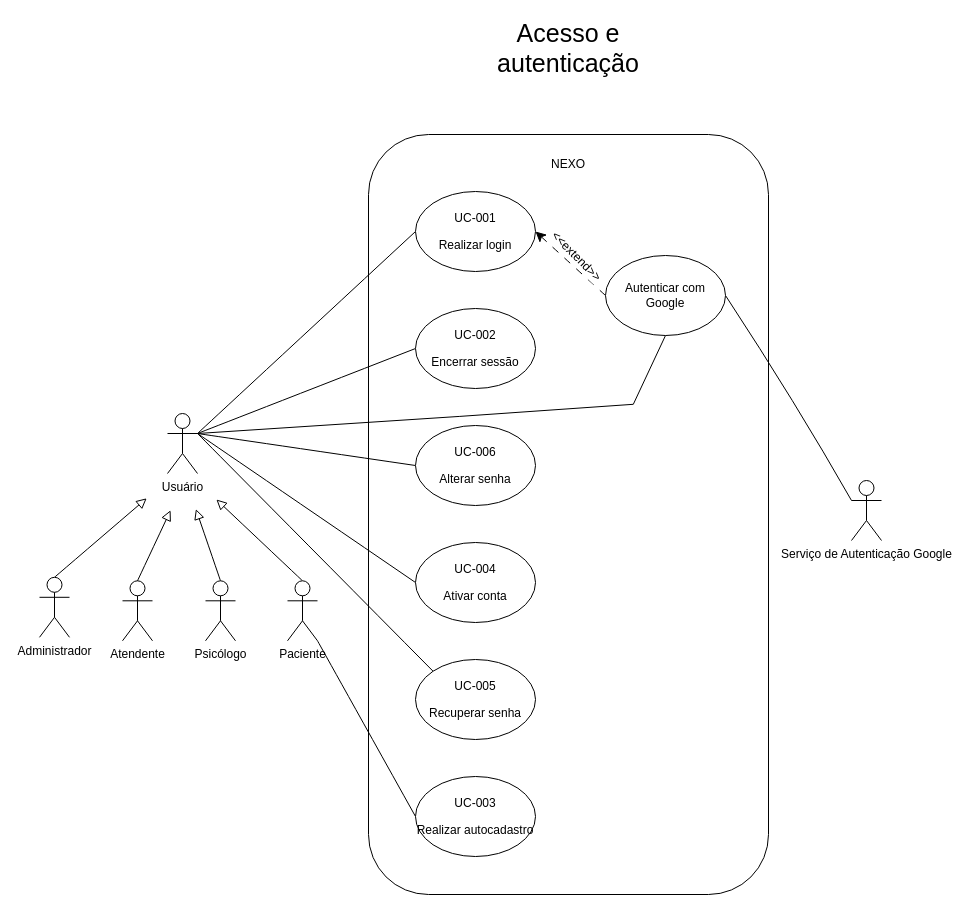
Above: page "Página-1" (1 of 10) of diagramas/casos-de-uso/diagramas-casos-de-uso.drawio in devcaline/nexo-modelagem (draw.io), before the change. Source tidied: cells renumbered, new cells numbered last; positions are measured from the earlier drawing's top-left corner, leaving out a move shared by most shapes. Both pictures are drawn from the tidied source at 100%, with x=0, y=0 at pixel (39, 32).
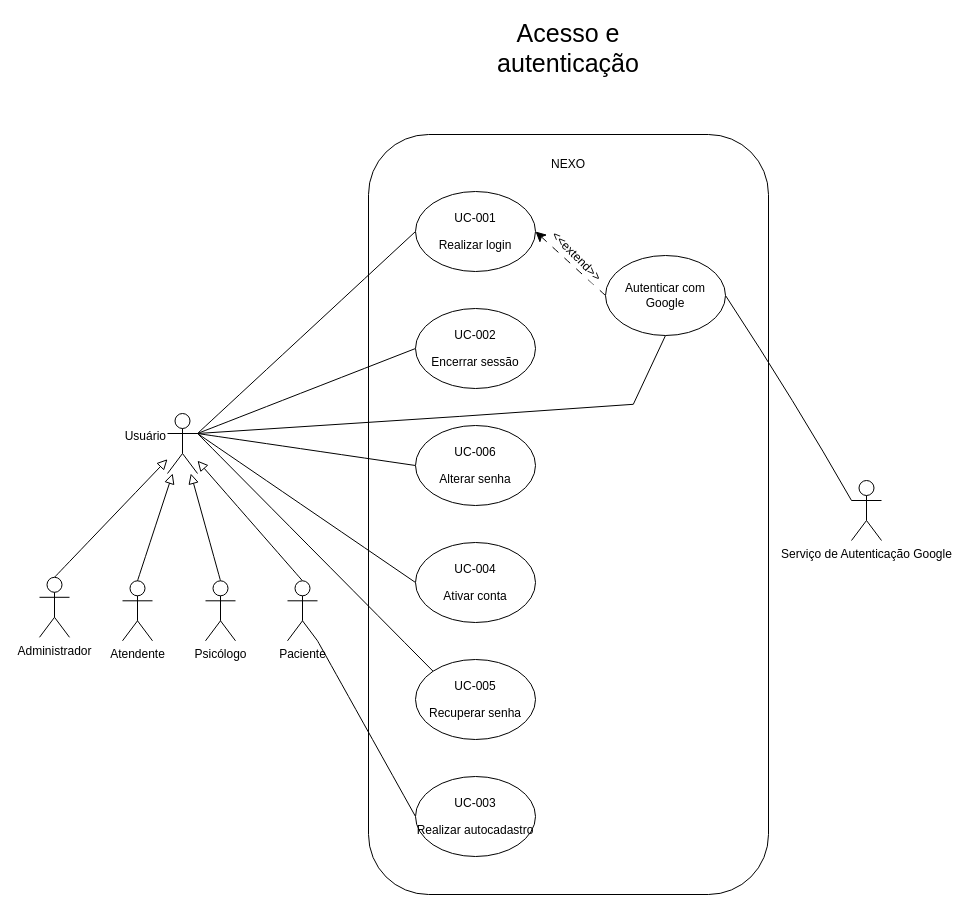
Above is the later version.

Unchanged cells that the change refers to:
```xml
<mxCell id="10" value="Atendente" style="shape=umlActor;verticalLabelPosition=bottom;verticalAlign=top;html=1;outlineConnect=0;" parent="1" vertex="1">
  <mxGeometry x="83" y="548.3" width="30" height="60" as="geometry" />
</mxCell>
<mxCell id="12" value="Psicólogo" style="shape=umlActor;verticalLabelPosition=bottom;verticalAlign=top;html=1;outlineConnect=0;" parent="1" vertex="1">
  <mxGeometry x="166" y="548.3" width="30" height="60" as="geometry" />
</mxCell>
<mxCell id="15" value="Paciente" style="shape=umlActor;verticalLabelPosition=bottom;verticalAlign=top;html=1;outlineConnect=0;" parent="1" vertex="1">
  <mxGeometry x="248" y="548.3" width="30" height="60" as="geometry" />
</mxCell>
<mxCell id="31" value="Administrador&lt;div&gt;&lt;br&gt;&lt;/div&gt;" style="shape=umlActor;verticalLabelPosition=bottom;verticalAlign=top;html=1;outlineConnect=0;" parent="1" vertex="1">
  <mxGeometry y="544.8" width="30" height="60" as="geometry" />
</mxCell>
```

Change to the diagram source:
```diff
@@
-    <mxCell id="9" value="Usuário&lt;div&gt;&lt;br&gt;&lt;/div&gt;" style="shape=umlActor;verticalLabelPosition=bottom;verticalAlign=top;html=1;outlineConnect=0;" parent="1" vertex="1">
+    <mxCell id="9" value="Usuário&lt;div&gt;&lt;br&gt;&lt;/div&gt;" style="shape=umlActor;labelPosition=left;verticalLabelPosition=middle;align=right;verticalAlign=middle;html=1;outlineConnect=0;" parent="1" vertex="1">
       <mxGeometry x="128" y="381" width="30" height="60" as="geometry" />
     </mxCell>
@@
-    <mxCell id="11" style="edgeStyle=none;curved=1;rounded=0;curveGeometry=1;jettySize=auto;html=1;exitX=0.5;exitY=0;exitDx=0;exitDy=0;exitPerimeter=0;fontSize=12;startSize=8;endSize=8;endArrow=block;endFill=0;" parent="1" edge="1" source="12">
-      <mxGeometry relative="1" as="geometry">
-        <mxPoint x="156.4" y="476.6" as="targetPoint" />
-      </mxGeometry>
+    <mxCell id="11" style="edgeStyle=none;curved=1;rounded=0;curveGeometry=1;jettySize=auto;html=1;exitX=0.5;exitY=0;exitDx=0;exitDy=0;exitPerimeter=0;fontSize=12;startSize=8;endSize=8;endArrow=block;endFill=0;" parent="1" edge="1" source="12" target="9">
+      <mxGeometry relative="1" as="geometry" />
     </mxCell>
@@
-    <mxCell id="13" style="edgeStyle=none;curved=1;rounded=0;curveGeometry=1;jettySize=auto;html=1;exitX=0.5;exitY=0;exitDx=0;exitDy=0;exitPerimeter=0;fontSize=12;startSize=8;endSize=8;endArrow=block;endFill=0;" parent="1" edge="1" source="15">
-      <mxGeometry relative="1" as="geometry">
-        <mxPoint x="176.9" y="467" as="targetPoint" />
-      </mxGeometry>
+    <mxCell id="13" style="edgeStyle=none;curved=1;rounded=0;curveGeometry=1;jettySize=auto;html=1;exitX=0.5;exitY=0;exitDx=0;exitDy=0;exitPerimeter=0;fontSize=12;startSize=8;endSize=8;endArrow=block;endFill=0;" parent="1" edge="1" source="15" target="9">
+      <mxGeometry relative="1" as="geometry" />
     </mxCell>
@@
-    <mxCell id="27" style="edgeStyle=none;curved=1;rounded=0;curveGeometry=1;jettySize=auto;html=1;exitX=0.5;exitY=0;exitDx=0;exitDy=0;exitPerimeter=0;fontSize=12;startSize=8;endSize=8;endArrow=block;endFill=0;" parent="1" edge="1" source="10">
-      <mxGeometry relative="1" as="geometry">
-        <mxPoint x="131.1" y="477.8" as="targetPoint" />
-      </mxGeometry>
+    <mxCell id="27" style="edgeStyle=none;curved=1;rounded=0;curveGeometry=1;jettySize=auto;html=1;exitX=0.5;exitY=0;exitDx=0;exitDy=0;exitPerimeter=0;fontSize=12;startSize=8;endSize=8;endArrow=block;endFill=0;" parent="1" edge="1" source="10" target="9">
+      <mxGeometry relative="1" as="geometry" />
     </mxCell>
@@
-    <mxCell id="30" style="edgeStyle=none;curved=1;rounded=0;curveGeometry=1;jettySize=auto;html=1;exitX=0.5;exitY=0;exitDx=0;exitDy=0;exitPerimeter=0;fontSize=12;startSize=8;endSize=8;endArrow=block;endFill=0;" parent="1" edge="1" source="31">
-      <mxGeometry relative="1" as="geometry">
-        <mxPoint x="107.2" y="465.8" as="targetPoint" />
-      </mxGeometry>
+    <mxCell id="30" style="edgeStyle=none;curved=1;rounded=0;curveGeometry=1;jettySize=auto;html=1;exitX=0.5;exitY=0;exitDx=0;exitDy=0;exitPerimeter=0;fontSize=12;startSize=8;endSize=8;endArrow=block;endFill=0;" parent="1" edge="1" source="31" target="9">
+      <mxGeometry relative="1" as="geometry" />
     </mxCell>
```
